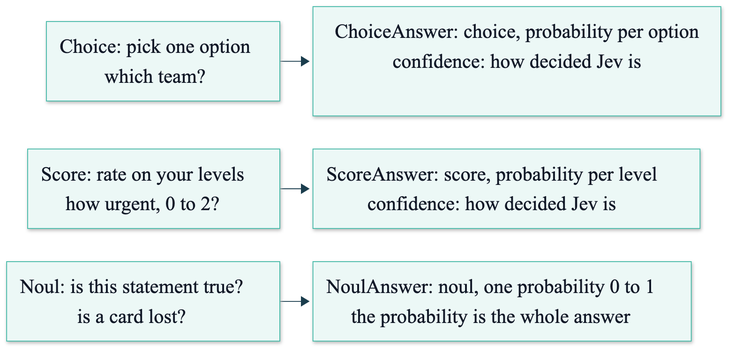
Before: course/diagrams/module_01/three-question-types.png, a diagram exported from Mermaid (axel-sirota/getting_started_jev). Its source is kept beside it as course/diagrams/module_01/three-question-types.mmd.
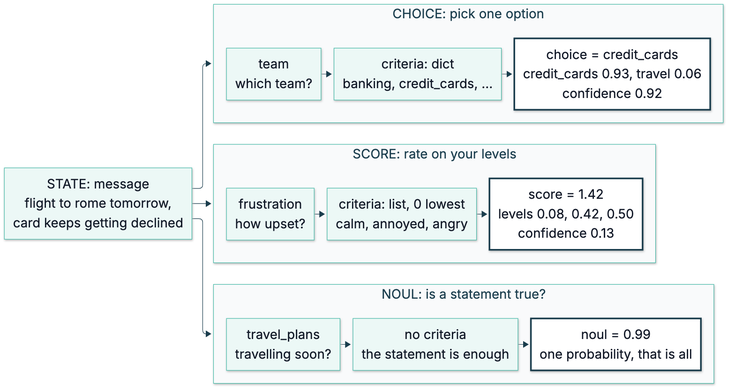
After the commit.

The edit, as a diff of the source:
```diff
@@ -1,5 +1,21 @@
 %%{init: {"theme": "base", "themeVariables": {"fontFamily": "Inter, sans-serif", "primaryColor": "#ECF8F6", "primaryBorderColor": "#40B8A6", "primaryTextColor": "#111827", "lineColor": "#1A3D4D", "secondaryColor": "#F9FAFB", "tertiaryColor": "#FFFFFF", "clusterBkg": "#F9FAFB", "clusterBorder": "#D1D5DB", "actorBkg": "#ECF8F6", "actorBorder": "#40B8A6", "noteBkgColor": "#FFF6DA", "noteBorderColor": "#E0B84C"}}}%%
 flowchart LR
-  C["Choice: pick one option<br/>which team?"] --> CA["ChoiceAnswer: choice, probability per option<br/>confidence: how decided Jev is"]
-  S["Score: rate on your levels<br/>how urgent, 0 to 2?"] --> SA["ScoreAnswer: score, probability per level<br/>confidence: how decided Jev is"]
-  N["Noul: is this statement true?<br/>is a card lost?"] --> NA["NoulAnswer: noul, one probability 0 to 1<br/>the probability is the whole answer"]
+  M["STATE: message<br/>flight to rome tomorrow,<br/>card keeps getting declined"]
+  subgraph CH["CHOICE: pick one option"]
+    direction LR
+    C["team<br/>which team?"] --> CC["criteria: dict<br/>banking, credit_cards, ..."] --> CA["choice = credit_cards<br/>credit_cards 0.93, travel 0.06<br/>confidence 0.92"]
+  end
+  subgraph SC["SCORE: rate on your levels"]
+    direction LR
+    S["frustration<br/>how upset?"] --> SCC["criteria: list, 0 lowest<br/>calm, annoyed, angry"] --> SA["score = 1.42<br/>levels 0.08, 0.42, 0.50<br/>confidence 0.13"]
+  end
+  subgraph NO["NOUL: is a statement true?"]
+    direction LR
+    N["travel_plans<br/>travelling soon?"] --> NC["no criteria<br/>the statement is enough"] --> NA["noul = 0.99<br/>one probability, that is all"]
+  end
+  M --> CH
+  M --> SC
+  M --> NO
+
+  classDef jev fill:#FFFFFF,stroke:#1A3D4D,stroke-width:3px
+  class CA,SA,NA jev
```
